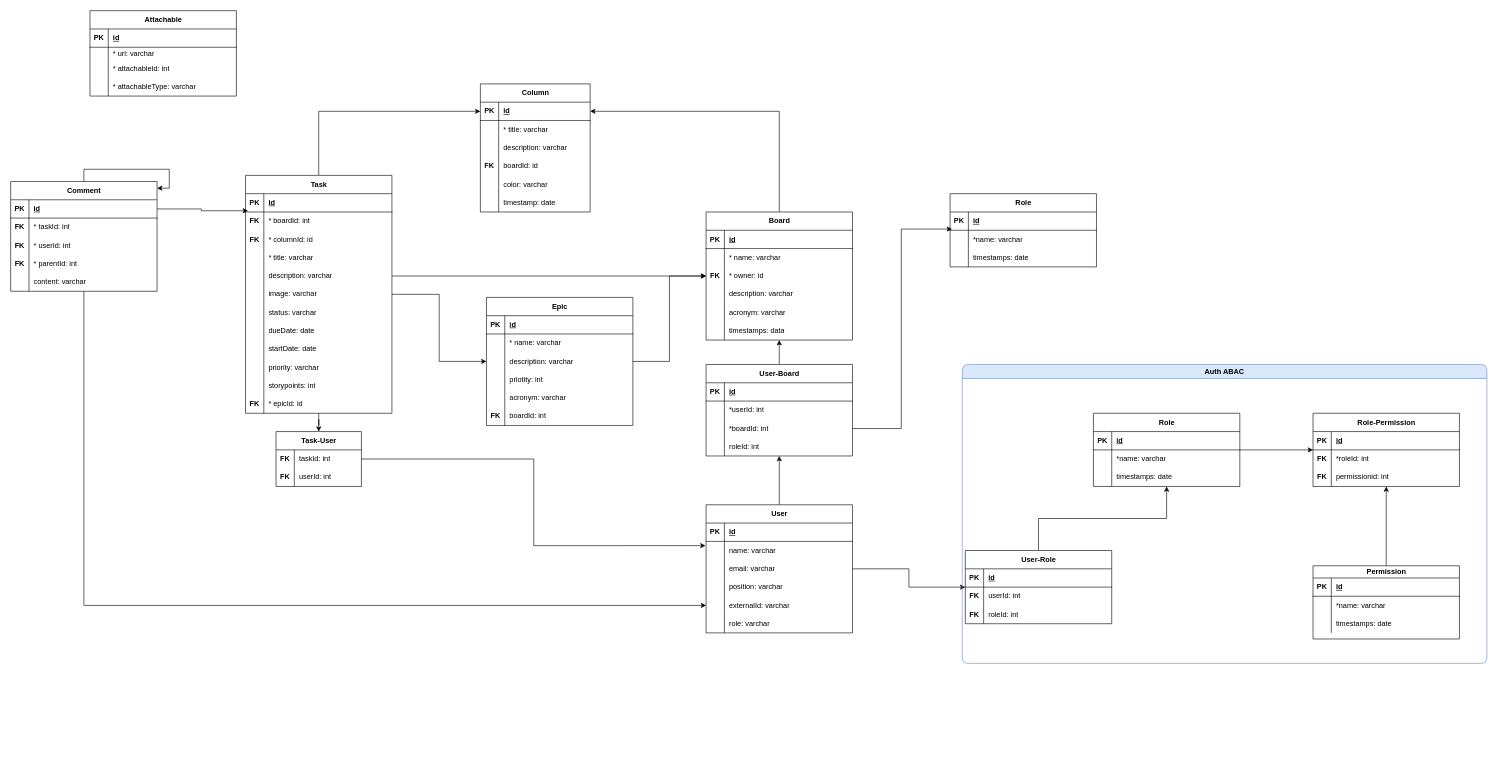
SkinnyDevelops/Task-manager keeps this draw.io diagram as page "Data Model Auth" (1 of 2) of documentation/task-manager.drawio. Above is the earlier version. Source tidied: cells renumbered, new cells numbered last; positions are measured from the earlier drawing's top-left corner, leaving out a move shared by most shapes. Both pictures are drawn from the tidied source at 61%, with x=0, y=0 at pixel (10, 10).
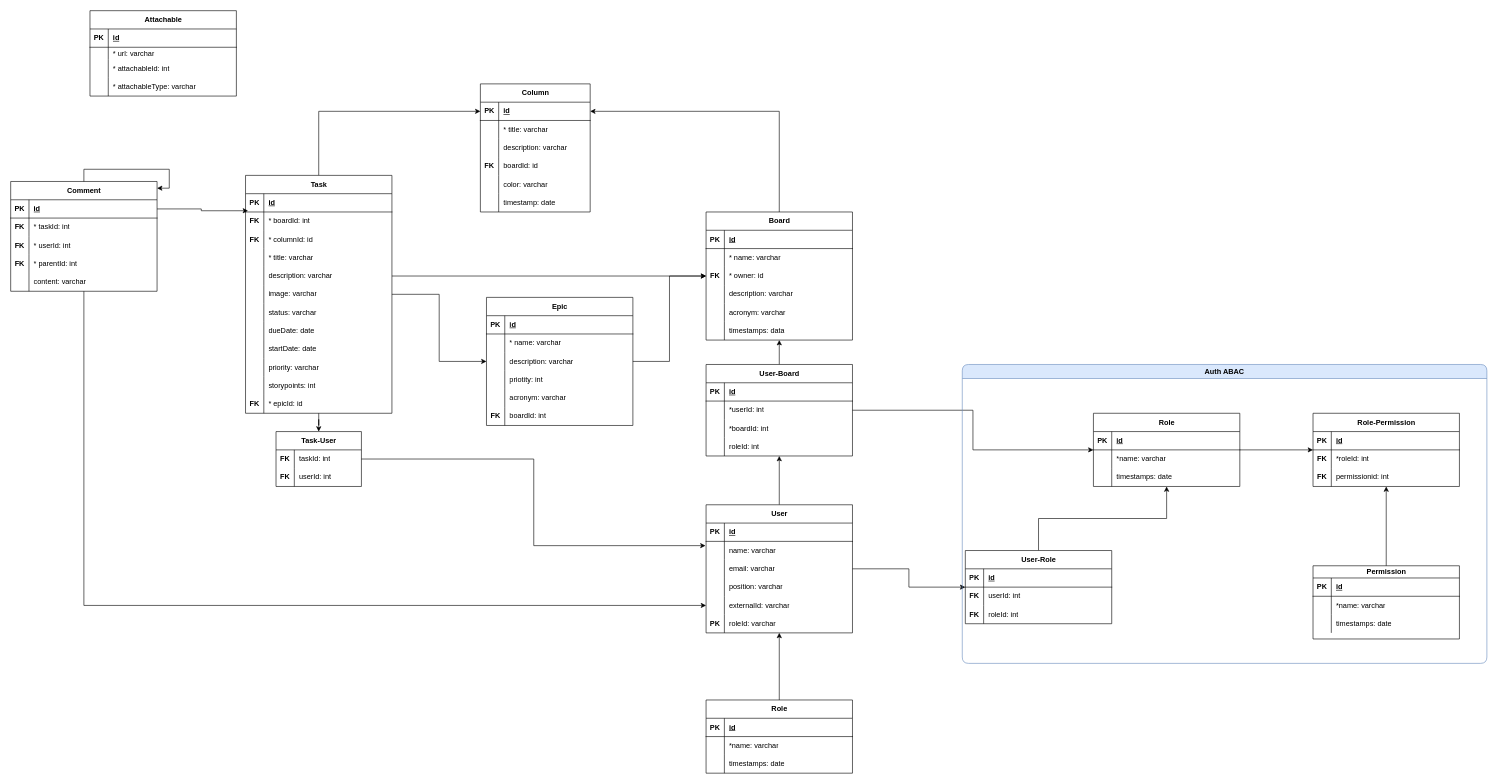
The same diagram, later.

Commit message (it also covers changes not shown here):
updates the draw.io task-manager diagram and adds *.bkp file wildcard in .gitignore file

Unchanged cells that the change refers to:
```xml
<mxCell id="24" value="User" style="shape=table;startSize=30;childLayout=tableLayout;rowLines=0;fontStyle=1;align=center;html=1;" parent="1" vertex="1">
  <mxGeometry x="1140" y="810" width="240" height="210" as="geometry" />
</mxCell>
<mxCell id="40" style="shape=tableRow;horizontal=0;startSize=0;swimlaneHead=0;swimlaneBody=0;fillColor=none;top=0;left=0;right=0;bottom=0;" parent="24" vertex="1">
  <mxGeometry y="180" width="240" height="30" as="geometry" />
</mxCell>
<mxCell id="127" value="User-Board" style="shape=table;startSize=30;childLayout=tableLayout;rowLines=0;fontStyle=1;align=center;html=1;" parent="1" vertex="1">
  <mxGeometry x="1140" y="580" width="240" height="150" as="geometry" />
</mxCell>
<mxCell id="134" style="shape=tableRow;horizontal=0;startSize=0;swimlaneHead=0;swimlaneBody=0;fillColor=none;points=[[0,0.5],[1,0.5]];portConstraint=eastwest;top=0;left=0;right=0;bottom=0;" parent="127" vertex="1">
  <mxGeometry y="90" width="240" height="30" as="geometry" />
</mxCell>
<mxCell id="141" value="Role" style="shape=table;startSize=30;childLayout=tableLayout;rowLines=0;fontStyle=1;align=center;html=1;" parent="140" vertex="1">
  <mxGeometry x="215" y="80" width="240" height="120" as="geometry" />
</mxCell>
<mxCell id="188" style="shape=tableRow;horizontal=0;startSize=0;swimlaneHead=0;swimlaneBody=0;fillColor=none;points=[[0,0.5],[1,0.5]];portConstraint=eastwest;top=0;left=0;right=0;bottom=0;" parent="184" vertex="1">
  <mxGeometry y="60" width="240" height="30" as="geometry" />
</mxCell>
```

What changed in the source:
```diff
@@
-    <mxCell id="41" style="shape=partialRectangle;fillColor=none;top=0;left=0;bottom=0;right=0;overflow=hidden;whiteSpace=wrap;html=1;" parent="40" vertex="1">
+    <mxCell id="41" value="&lt;b&gt;PK&lt;/b&gt;" style="shape=partialRectangle;fillColor=none;top=0;left=0;bottom=0;right=0;overflow=hidden;whiteSpace=wrap;html=1;" parent="40" vertex="1">
       <mxGeometry width="30" height="30" as="geometry" />
     </mxCell>
-    <mxCell id="42" value="role: varchar" style="shape=partialRectangle;fillColor=none;top=0;left=0;bottom=0;right=0;align=left;spacingLeft=6;overflow=hidden;whiteSpace=wrap;html=1;" parent="40" vertex="1">
+    <mxCell id="42" value="roleId: varchar" style="shape=partialRectangle;fillColor=none;top=0;left=0;bottom=0;right=0;align=left;spacingLeft=6;overflow=hidden;whiteSpace=wrap;html=1;" parent="40" vertex="1">
       <mxGeometry x="30" width="210" height="30" as="geometry" />
     </mxCell>
@@
+    <mxCell id="234" style="edgeStyle=orthogonalEdgeStyle;rounded=0;jettySize=auto;html=1;" parent="1" edge="1" source="127" target="141">
+      <mxGeometry relative="1" as="geometry" />
+    </mxCell>
@@
+    <mxCell id="235" style="edgeStyle=orthogonalEdgeStyle;rounded=0;jettySize=auto;html=1;" parent="1" edge="1" source="184" target="24">
+      <mxGeometry relative="1" as="geometry" />
+    </mxCell>
     <mxCell id="184" value="Role" style="shape=table;startSize=30;childLayout=tableLayout;rowLines=0;fontStyle=1;align=center;html=1;" parent="1" vertex="1">
-      <mxGeometry x="1540" y="300" width="240" height="120" as="geometry" />
+      <mxGeometry x="1140" y="1130" width="240" height="120" as="geometry" />
     </mxCell>
@@
-    <mxCell id="194" style="edgeStyle=orthogonalEdgeStyle;rounded=0;jettySize=auto;html=1;entryX=0.013;entryY=-0.067;entryDx=0;entryDy=0;entryPerimeter=0;" parent="1" edge="1" source="134" target="188">
-      <mxGeometry relative="1" as="geometry" />
-    </mxCell>
```
